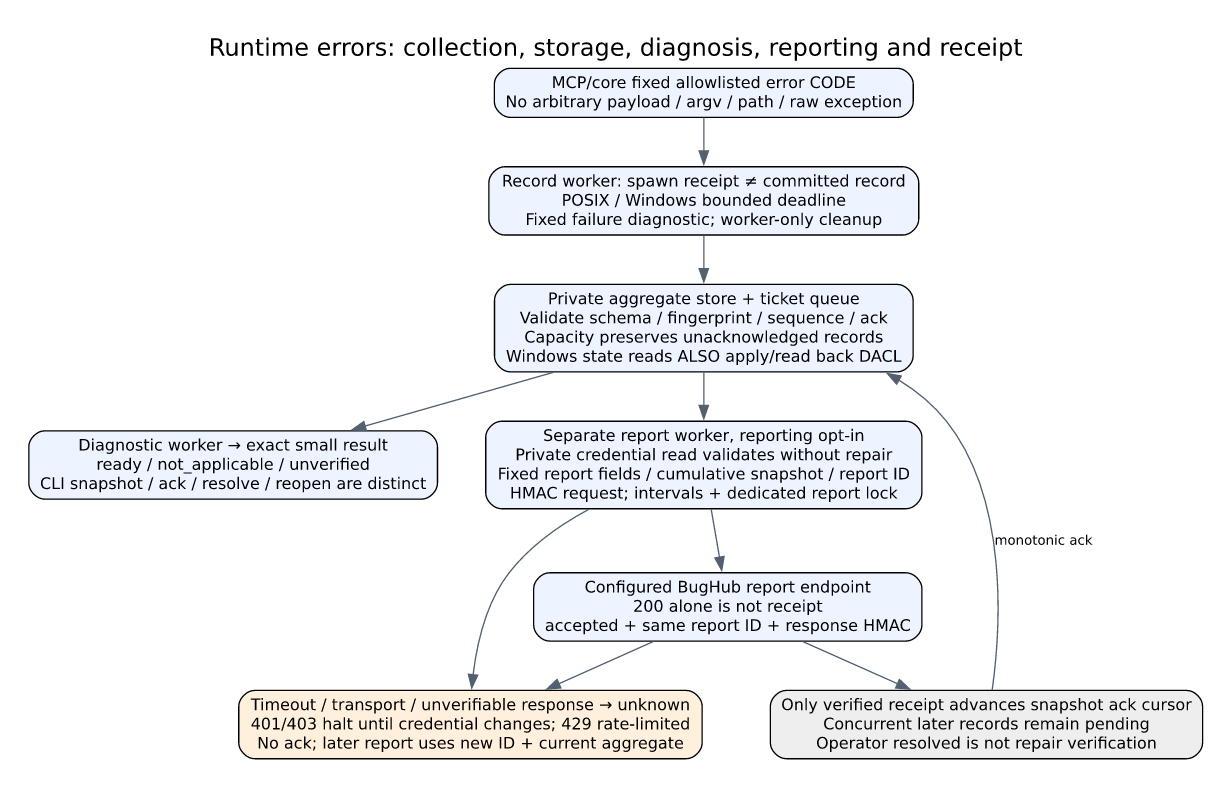
kitepon/aiterm-mcp keeps this Graphviz diagram as docs/architecture/runtime-errors.png. Above is the earlier version. Its source is kept beside it as docs/architecture/runtime-errors.dot.
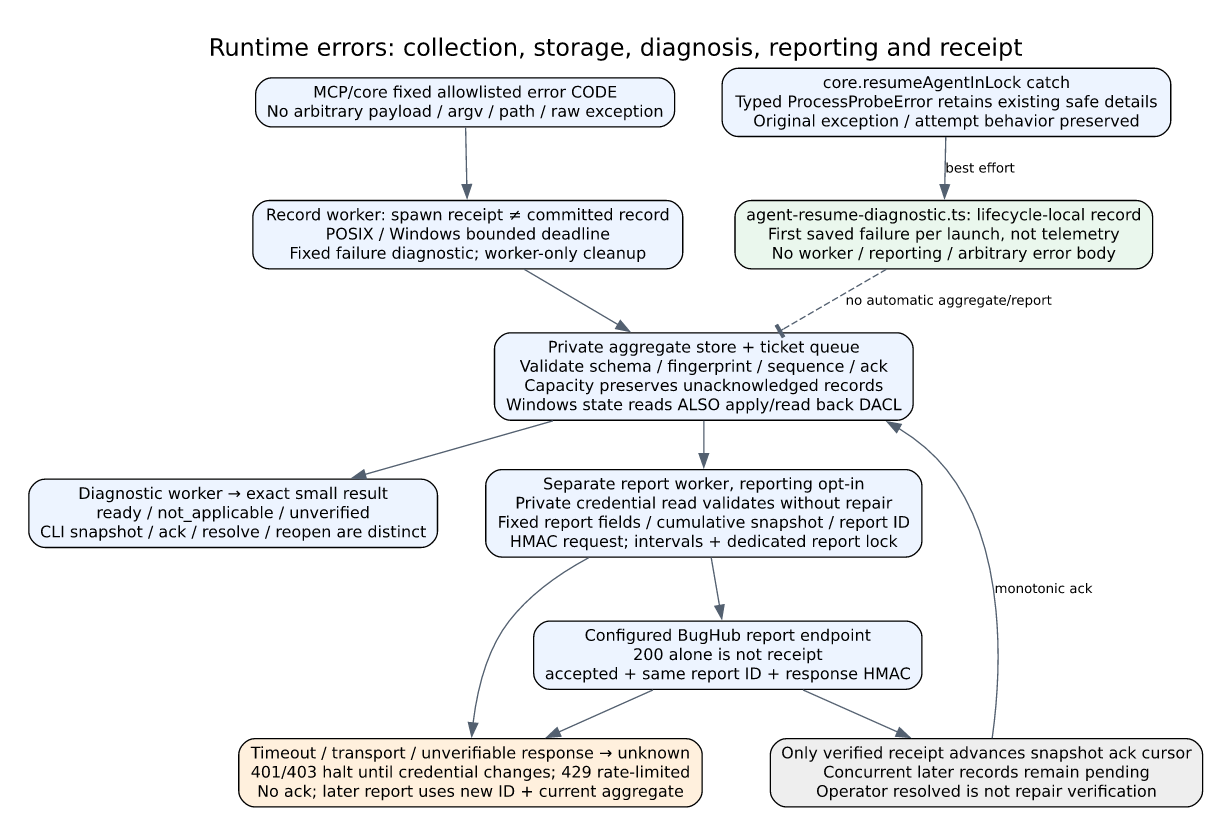
Later version of the same file.

Diff of the diagram source:
```diff
@@ -10,4 +10,8 @@
  ack [label="Only verified receipt advances snapshot ack cursor\nConcurrent later records remain pending\nOperator resolved is not repair verification",fillcolor="#eeeeee"];
  unknown [label="Timeout / transport / unverifiable response → unknown\n401/403 halt until credential changes; 429 rate-limited\nNo ack; later report uses new ID + current aggregate",fillcolor="#fff0dd"];
  event -> worker;worker -> store;store -> diagnostic;store -> report;report -> server;server -> ack;ack -> store [label="monotonic ack"];server -> unknown;report -> unknown;
+  resume_failure [label="agent-resume-diagnostic.ts: lifecycle-local record\nFirst saved failure per launch, not telemetry\nNo worker / reporting / arbitrary error body",fillcolor="#eaf7ed"];
+  resume_source [label="core.resumeAgentInLock catch\nTyped ProcessProbeError retains existing safe details\nOriginal exception / attempt behavior preserved"];
+  resume_source -> resume_failure [label="best effort"];
+  resume_failure -> store [label="no automatic aggregate/report",style=dashed,arrowhead=tee];
 }
```
